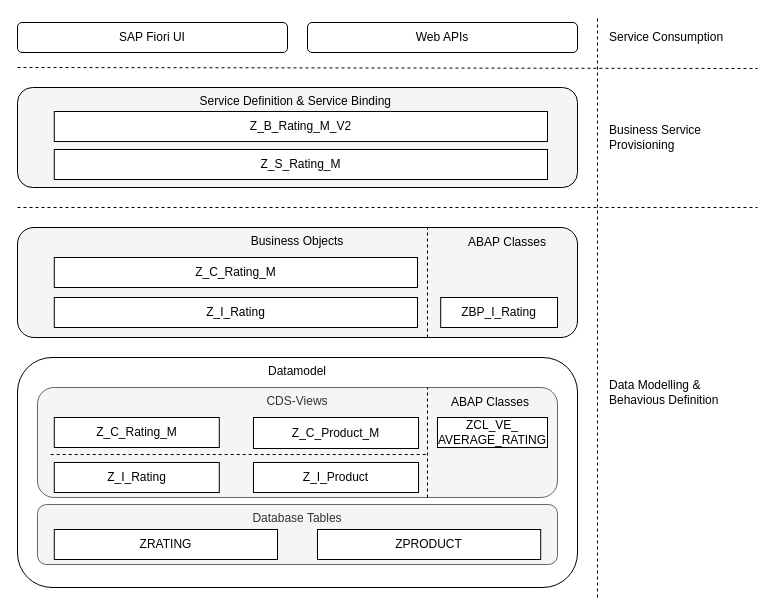
The draw.io diagram docs/imgs/transactional_app/rap_components_managed.drawio in ceedee666/modern-abap-curriculum, before the edit. Source tidied: cells renumbered, new cells numbered last; positions are measured from the earlier drawing's top-left corner, leaving out a move shared by most shapes. Both pictures are drawn from the tidied source at 100%, with x=0, y=0 at pixel (17, 17).
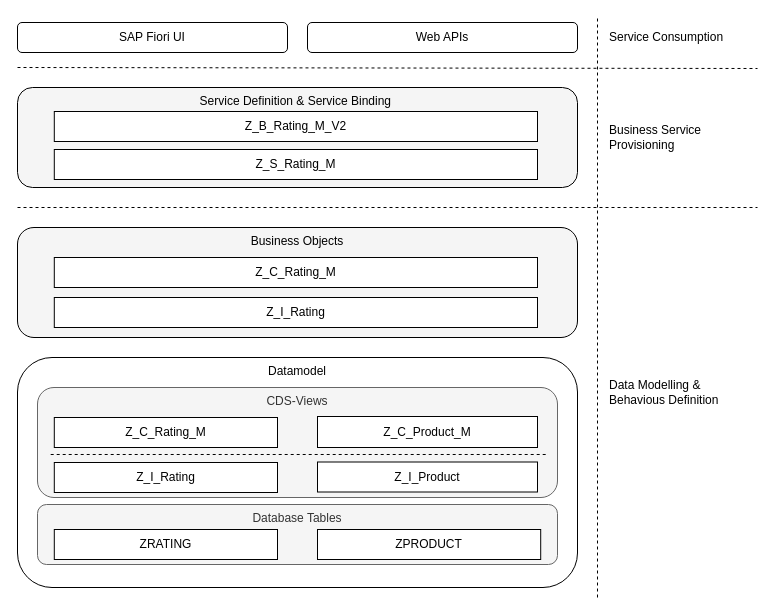
After the change.

Commit message (it also covers changes not shown here):
updated figures of last two units

The change refers to these unchanged cells:
```xml
<mxCell id="13" value="CDS-Views" style="rounded=1;whiteSpace=wrap;html=1;verticalAlign=top;fillColor=#f5f5f5;fontColor=#333333;strokeColor=#666666;" parent="1" vertex="1">
  <mxGeometry x="20" y="370" width="520" height="110" as="geometry" />
</mxCell>
<mxCell id="22" style="group;" parent="1" vertex="1">
  <mxGeometry y="210" width="560" height="110" as="geometry" />
</mxCell>
```

What changed in the source:
```diff
@@
     <mxCell id="14" value="Z_I_Rating" style="rounded=0;whiteSpace=wrap;html=1;" parent="1" vertex="1">
-      <mxGeometry x="36.8" y="445" width="165" height="30" as="geometry" />
+      <mxGeometry x="36.8" y="445" width="223.2" height="30" as="geometry" />
     </mxCell>
     <mxCell id="15" value="Z_I_Product" style="rounded=0;whiteSpace=wrap;html=1;" parent="1" vertex="1">
-      <mxGeometry x="236" y="445" width="165" height="30" as="geometry" />
+      <mxGeometry x="300" y="444.5" width="220" height="30" as="geometry" />
     </mxCell>
@@
     <mxCell id="19" value="Z_C_Rating_M" style="rounded=0;whiteSpace=wrap;html=1;" parent="1" vertex="1">
-      <mxGeometry x="36.8" y="400" width="165" height="30" as="geometry" />
+      <mxGeometry x="36.8" y="400" width="223.2" height="30" as="geometry" />
     </mxCell>
     <mxCell id="20" value="Z_C_Product_M" style="rounded=0;whiteSpace=wrap;html=1;" parent="1" vertex="1">
-      <mxGeometry x="236" y="400" width="165" height="31" as="geometry" />
+      <mxGeometry x="300" y="399" width="220" height="31" as="geometry" />
     </mxCell>
-    <mxCell id="21" style="endArrow=none;dashed=1;html=1;rounded=0;" parent="1" edge="1">
+    <mxCell id="21" style="endArrow=none;dashed=1;html=1;rounded=0;entryX=0.981;entryY=0.609;entryDx=0;entryDy=0;entryPerimeter=0;" parent="1" edge="1" target="13">
       <mxGeometry relative="1" as="geometry">
         <mxPoint x="33.2" y="437" as="sourcePoint" />
-        <mxPoint x="410" y="437" as="targetPoint" />
       </mxGeometry>
     </mxCell>
@@
     <mxCell id="24" value="Z_I_Rating" style="rounded=0;whiteSpace=wrap;html=1;" parent="22" vertex="1">
-      <mxGeometry x="36.8" y="70" width="363.2" height="30" as="geometry" />
+      <mxGeometry x="36.8" y="70" width="483.2" height="30" as="geometry" />
     </mxCell>
     <mxCell id="25" value="Z_C_Rating_M" style="rounded=0;whiteSpace=wrap;html=1;" parent="22" vertex="1">
-      <mxGeometry x="36.8" y="30" width="363.2" height="30" as="geometry" />
+      <mxGeometry x="36.8" y="30" width="483.2" height="30" as="geometry" />
     </mxCell>
-    <mxCell id="26" style="endArrow=none;dashed=1;html=1;rounded=0;entryX=0.75;entryY=0;entryDx=0;entryDy=0;exitX=0.75;exitY=1;exitDx=0;exitDy=0;" parent="22" edge="1">
-      <mxGeometry relative="1" as="geometry">
-        <mxPoint x="410" y="110" as="sourcePoint" />
-        <mxPoint x="410" as="targetPoint" />
-      </mxGeometry>
-    </mxCell>
-    <mxCell id="27" value="ABAP Classes" style="text;html=1;strokeColor=none;fillColor=none;align=center;verticalAlign=middle;whiteSpace=wrap;rounded=0;" parent="22" vertex="1">
-      <mxGeometry x="440" width="100" height="30" as="geometry" />
-    </mxCell>
-    <mxCell id="28" value="ZBP_I_Rating" style="rounded=0;whiteSpace=wrap;html=1;" parent="22" vertex="1">
-      <mxGeometry x="423.2" y="70" width="116.8" height="30" as="geometry" />
-    </mxCell>
     <mxCell id="29" value="Z_S_Rating_M" style="rounded=0;whiteSpace=wrap;html=1;" parent="1" vertex="1">
-      <mxGeometry x="36.8" y="132" width="493.2" height="30" as="geometry" />
+      <mxGeometry x="36.8" y="132" width="483.2" height="30" as="geometry" />
     </mxCell>
     <mxCell id="30" value="Z_B_Rating_M_V2" style="rounded=0;whiteSpace=wrap;html=1;" parent="1" vertex="1">
-      <mxGeometry x="36.8" y="94" width="493.2" height="30" as="geometry" />
+      <mxGeometry x="36.8" y="94" width="483.2" height="30" as="geometry" />
     </mxCell>
-    <mxCell id="31" style="endArrow=none;dashed=1;html=1;rounded=0;entryX=0.75;entryY=0;entryDx=0;entryDy=0;exitX=0.75;exitY=1;exitDx=0;exitDy=0;" parent="1" edge="1" source="13" target="13">
-      <mxGeometry relative="1" as="geometry" />
-    </mxCell>
-    <mxCell id="32" value="ZCL_VE_&lt;br&gt;AVERAGE_RATING" style="rounded=0;whiteSpace=wrap;html=1;" parent="1" vertex="1">
-      <mxGeometry x="420" y="400" width="110" height="30" as="geometry" />
-    </mxCell>
-    <mxCell id="33" value="ABAP Classes" style="text;html=1;strokeColor=none;fillColor=none;align=center;verticalAlign=middle;whiteSpace=wrap;rounded=0;" parent="1" vertex="1">
-      <mxGeometry x="423.2" y="370" width="100" height="30" as="geometry" />
-    </mxCell>
```
